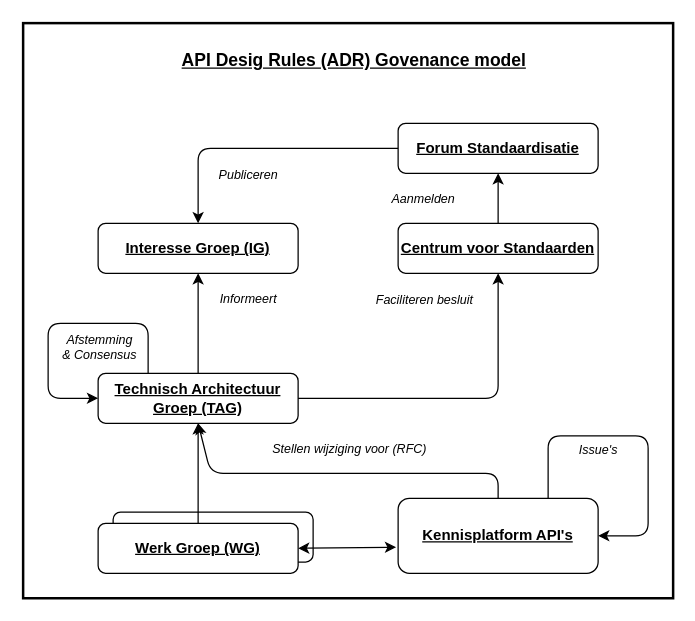
Before: page "ADR Governance model" (1 of 3) of media/ADR Governance.drawio in Logius-standaarden/ADR-Beheermodel, a draw.io diagram. Source tidied: cells renumbered, new cells numbered last; positions are measured from the earlier drawing's top-left corner, leaving out a move shared by most shapes. Both pictures are drawn from the tidied source at 125%, with x=0, y=0 at pixel (22, 22).
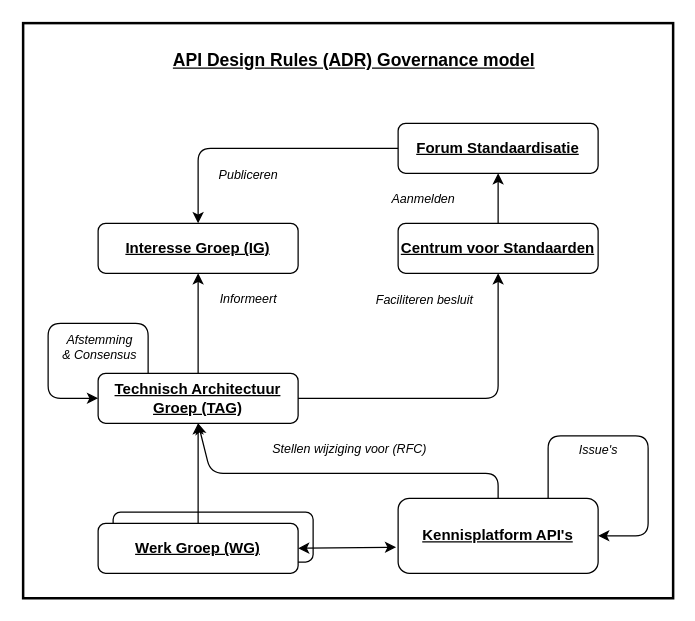
The same page after the edit.

Diff of the diagram source:
```diff
@@
-    <mxCell id="3" value="API Desig Rules (ADR) Govenance model" style="text;html=1;strokeColor=none;fillColor=none;align=center;verticalAlign=middle;whiteSpace=wrap;rounded=0;fontSize=14;fontStyle=5;" parent="1" vertex="1">
+    <mxCell id="3" value="API Design Rules (ADR) Governance model" style="text;html=1;strokeColor=none;fillColor=none;align=center;verticalAlign=middle;whiteSpace=wrap;rounded=0;fontSize=14;fontStyle=5;" parent="1" vertex="1">
       <mxGeometry x="40" y="20.1" width="450" height="20" as="geometry" />
     </mxCell>
```
